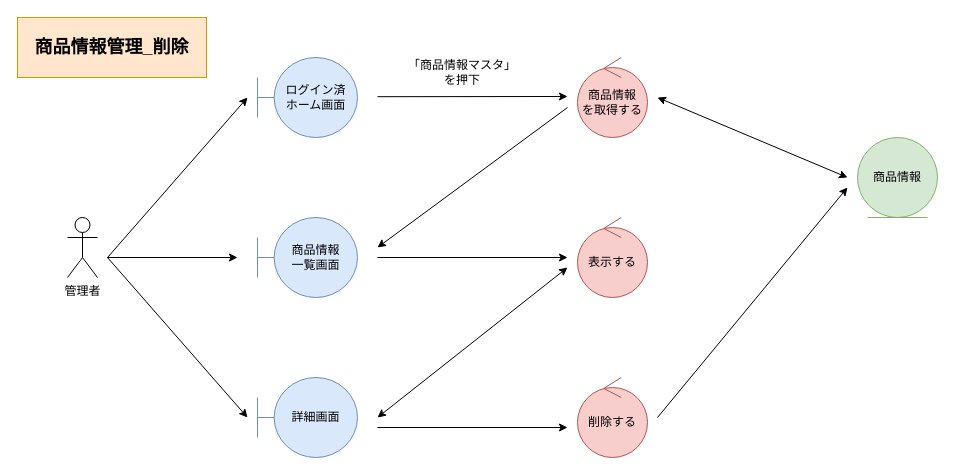
Before: page "*商品情報管理_削除" (4 of 4) of 各種設計書/3ロバストネス図/マスタ管理/4.商品情報マスタ.drawio in HaruShim/Sotuken, a draw.io diagram. Source tidied: cells renumbered, new cells numbered last; positions are measured from the earlier drawing's top-left corner, leaving out a move shared by most shapes. Both pictures are drawn from the tidied source at 100%, with x=0, y=0 at pixel (17, 17).
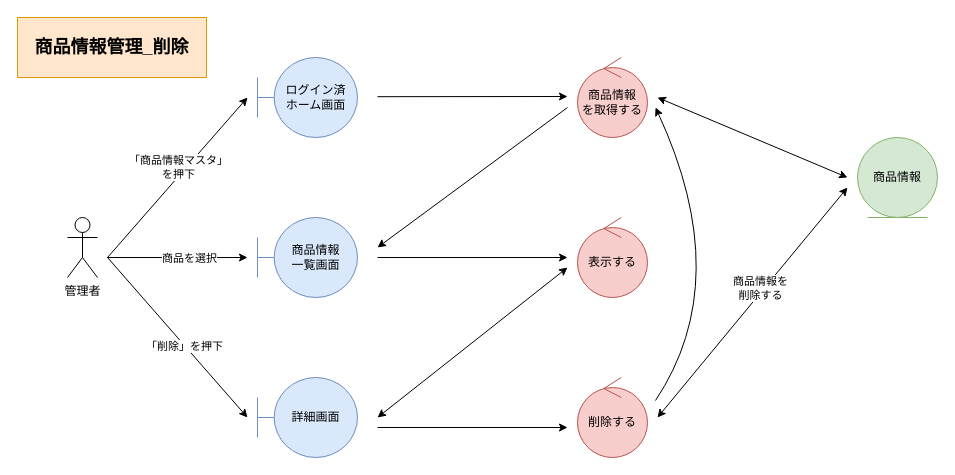
Above is the later version.

Diff of the diagram source:
```diff
@@
-    <mxCell id="2" value="管理者" style="shape=umlActor;verticalLabelPosition=bottom;verticalAlign=top;html=1;" parent="1" vertex="1">
-      <mxGeometry x="50" y="200" width="30" height="60" as="geometry" />
-    </mxCell>
@@
-    <mxCell id="6" style="endArrow=classic;html=1;rounded=0;" parent="1" edge="1">
-      <mxGeometry relative="1" as="geometry">
-        <mxPoint x="90" y="240" as="sourcePoint" />
-        <mxPoint x="230" y="80" as="targetPoint" />
-      </mxGeometry>
-    </mxCell>
-    <mxCell id="7" style="endArrow=classic;html=1;rounded=0;" parent="1" edge="1">
-      <mxGeometry relative="1" as="geometry">
-        <mxPoint x="90" y="240" as="sourcePoint" />
-        <mxPoint x="220" y="240" as="targetPoint" />
-      </mxGeometry>
-    </mxCell>
-    <mxCell id="8" style="endArrow=classic;html=1;rounded=0;" parent="1" edge="1">
-      <mxGeometry relative="1" as="geometry">
-        <mxPoint x="90" y="240" as="sourcePoint" />
-        <mxPoint x="230" y="400" as="targetPoint" />
-      </mxGeometry>
-    </mxCell>
@@
-    <mxCell id="13" value="「商品情報マスタ」&lt;br&gt;を押下" style="text;html=1;strokeColor=none;fillColor=none;align=center;verticalAlign=middle;whiteSpace=wrap;rounded=0;" parent="1" vertex="1">
-      <mxGeometry x="390" y="40" width="110" height="30" as="geometry" />
-    </mxCell>
@@
-    <mxCell id="19" style="endArrow=none;html=1;rounded=0;startArrow=classic;startFill=1;endFill=0;" parent="1" edge="1">
+    <mxCell id="19" style="endArrow=classic;html=1;rounded=0;startArrow=classic;startFill=1;endFill=1;" parent="1" edge="1">
       <mxGeometry relative="1" as="geometry">
         <mxPoint x="830" y="170" as="sourcePoint" />
         <mxPoint x="640" y="400" as="targetPoint" />
       </mxGeometry>
     </mxCell>
+    <mxCell id="22" value="商品情報を&lt;br&gt;削除する" style="edgeLabel;html=1;align=center;verticalAlign=middle;" parent="19" vertex="1">
+      <mxGeometry x="-0.11" y="-3" relative="1" as="geometry" />
+    </mxCell>
@@
+    <mxCell id="2" value="管理者" style="shape=umlActor;verticalLabelPosition=bottom;verticalAlign=top;html=1;" parent="1" vertex="1">
+      <mxGeometry x="50" y="200" width="30" height="60" as="geometry" />
+    </mxCell>
+    <mxCell id="23" style="endArrow=classic;html=1;rounded=0;" parent="1" edge="1">
+      <mxGeometry relative="1" as="geometry">
+        <mxPoint x="90" y="240" as="sourcePoint" />
+        <mxPoint x="230" y="80" as="targetPoint" />
+      </mxGeometry>
+    </mxCell>
+    <mxCell id="13" value="「商品情報マスタ」&lt;br&gt;を押下" style="edgeLabel;html=1;align=center;verticalAlign=middle;" parent="23" vertex="1">
+      <mxGeometry x="-0.35" y="1" relative="1" as="geometry">
+        <mxPoint x="26" y="-38" as="offset" />
+      </mxGeometry>
+    </mxCell>
+    <mxCell id="24" style="endArrow=classic;html=1;rounded=0;" parent="1" edge="1">
+      <mxGeometry relative="1" as="geometry">
+        <mxPoint x="90" y="240" as="sourcePoint" />
+        <mxPoint x="230" y="400" as="targetPoint" />
+      </mxGeometry>
+    </mxCell>
+    <mxCell id="25" value="「削除」を押下" style="edgeLabel;html=1;align=center;verticalAlign=middle;" parent="24" vertex="1">
+      <mxGeometry x="0.1" y="-1" relative="1" as="geometry" />
+    </mxCell>
+    <mxCell id="26" style="endArrow=classic;html=1;rounded=0;" parent="1" edge="1">
+      <mxGeometry relative="1" as="geometry">
+        <mxPoint x="90" y="240" as="sourcePoint" />
+        <mxPoint x="230" y="240" as="targetPoint" />
+      </mxGeometry>
+    </mxCell>
+    <mxCell id="27" value="商品を選択" style="edgeLabel;html=1;align=center;verticalAlign=middle;" parent="26" vertex="1">
+      <mxGeometry x="0.47" y="1" relative="1" as="geometry">
+        <mxPoint x="-22" y="1" as="offset" />
+      </mxGeometry>
+    </mxCell>
+    <mxCell id="28" style="curved=1;endArrow=classic;html=1;rounded=0;" parent="1" edge="1">
+      <mxGeometry relative="1" as="geometry">
+        <mxPoint x="638" y="383" as="sourcePoint" />
+        <mxPoint x="638" y="90" as="targetPoint" />
+        <Array as="points">
+          <mxPoint x="718" y="263" />
+        </Array>
+      </mxGeometry>
+    </mxCell>
```
